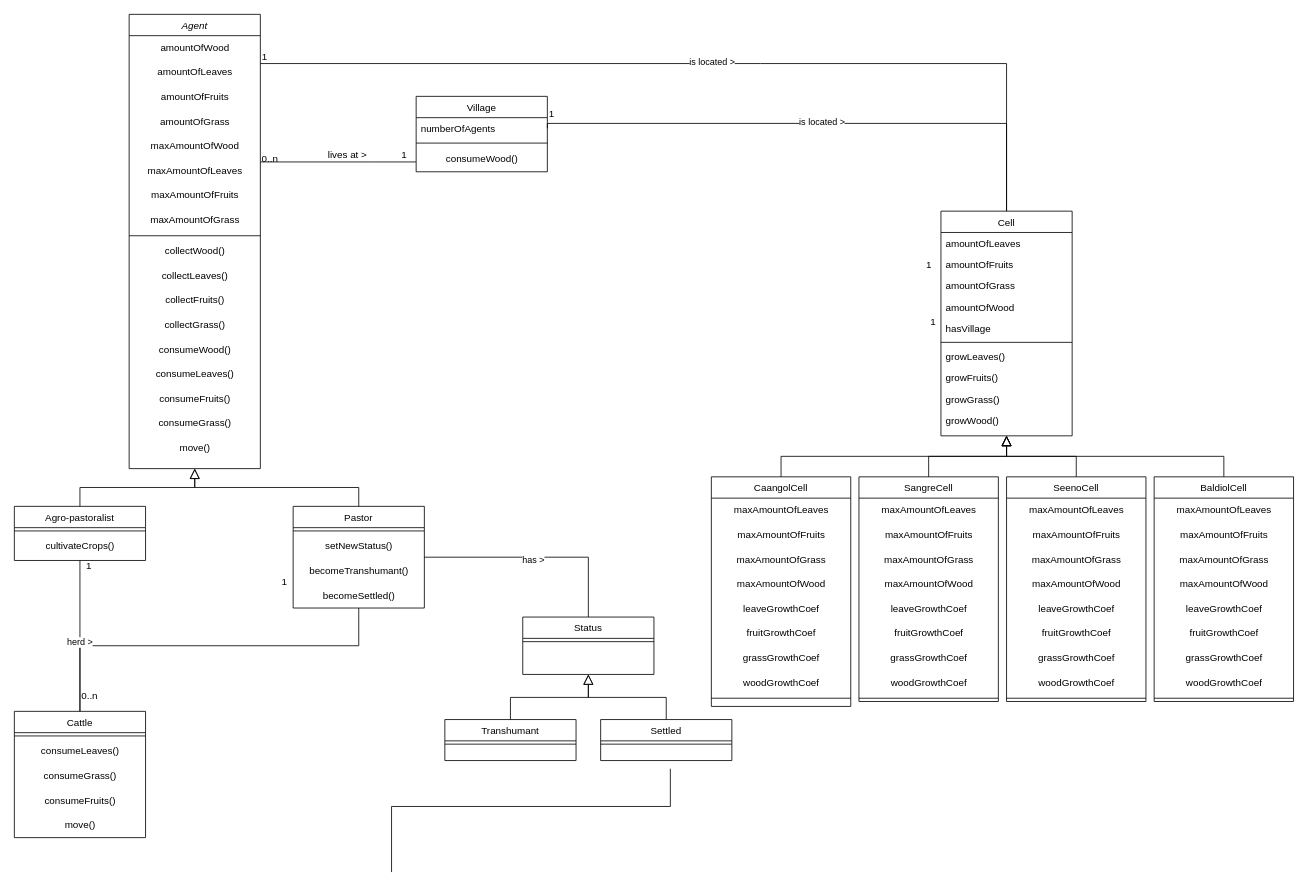
Before: page "Page-1" (1 of 4) of DundiV0.drawio in panchovdl/DundiModel, a draw.io diagram. Source tidied: cells renumbered, new cells numbered last; positions are measured from the earlier drawing's top-left corner, leaving out a move shared by most shapes. Both pictures are drawn from the tidied source at 82%, with x=0, y=0 at pixel (14, 14).
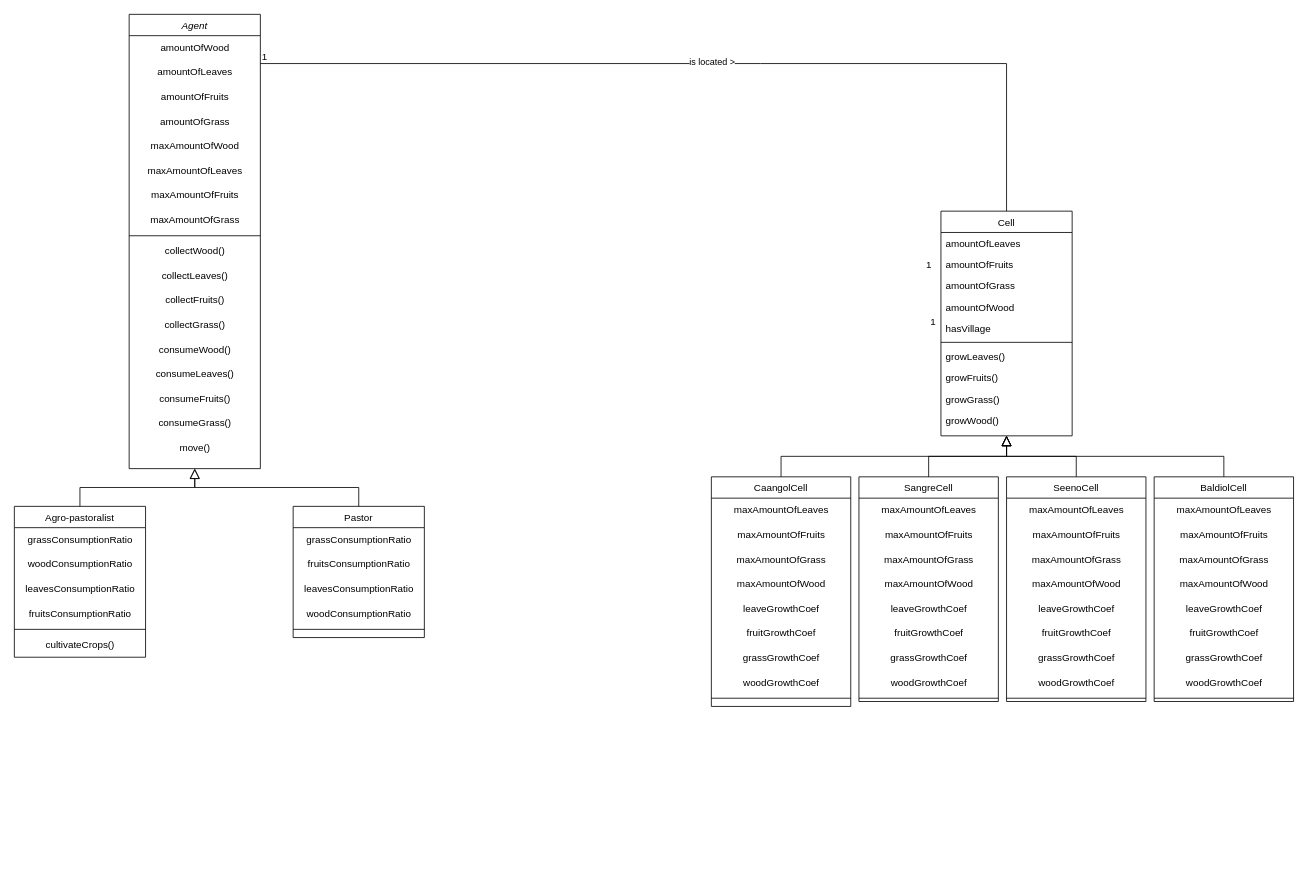
Above is the later version.

The change refers to these unchanged cells:
```xml
<mxCell id="2" value="Agent" style="swimlane;fontStyle=2;align=center;verticalAlign=top;horizontal=1;startSize=26;rounded=0;shadow=0;strokeWidth=1;" parent="1" vertex="1">
  <mxGeometry x="140" width="160" height="554" as="geometry" />
</mxCell>
<mxCell id="43" value="Cell" style="swimlane;fontStyle=0;align=center;verticalAlign=top;horizontal=1;startSize=26;rounded=0;shadow=0;strokeWidth=1;" parent="1" vertex="1">
  <mxGeometry x="1130" y="240" width="160" height="274" as="geometry" />
</mxCell>
```

The edit, as a diff of the source:
```diff
@@
     <mxCell id="21" value="Agro-pastoralist" style="swimlane;fontStyle=0;align=center;verticalAlign=top;horizontal=1;startSize=26;rounded=0;shadow=0;strokeWidth=1;" parent="1" vertex="1">
-      <mxGeometry y="600" width="160" height="66" as="geometry" />
+      <mxGeometry y="600" width="160" height="184" as="geometry" />
     </mxCell>
+    <mxCell id="127" value="&lt;div&gt;grassConsumptionRatio&lt;/div&gt;" style="text;html=1;align=center;verticalAlign=middle;strokeColor=none;fillColor=none;" parent="21" vertex="1">
+      <mxGeometry y="26" width="160" height="30" as="geometry" />
+    </mxCell>
+    <mxCell id="128" value="&lt;div&gt;woodConsumptionRatio&lt;/div&gt;" style="text;html=1;align=center;verticalAlign=middle;strokeColor=none;fillColor=none;" parent="21" vertex="1">
+      <mxGeometry y="56" width="160" height="30" as="geometry" />
+    </mxCell>
+    <mxCell id="129" value="&lt;div&gt;leavesConsumptionRatio&lt;/div&gt;" style="text;html=1;align=center;verticalAlign=middle;strokeColor=none;fillColor=none;" parent="21" vertex="1">
+      <mxGeometry y="86" width="160" height="30" as="geometry" />
+    </mxCell>
+    <mxCell id="130" value="&lt;div&gt;fruitsConsumptionRatio&lt;/div&gt;" style="text;html=1;align=center;verticalAlign=middle;strokeColor=none;fillColor=none;" parent="21" vertex="1">
+      <mxGeometry y="116" width="160" height="30" as="geometry" />
+    </mxCell>
     <mxCell id="22" style="line;html=1;strokeWidth=1;align=left;verticalAlign=middle;spacingTop=-1;spacingLeft=3;spacingRight=3;labelPosition=right;" parent="21" vertex="1">
-      <mxGeometry y="26" width="160" height="8" as="geometry" />
+      <mxGeometry y="146" width="160" height="8" as="geometry" />
     </mxCell>
     <mxCell id="23" value="cultivateCrops()" style="text;html=1;align=center;verticalAlign=middle;strokeColor=none;fillColor=none;" parent="21" vertex="1">
-      <mxGeometry y="34" width="160" height="30" as="geometry" />
+      <mxGeometry y="154" width="160" height="30" as="geometry" />
     </mxCell>
@@
-    <mxCell id="25" style="endArrow=none;html=1;rounded=0;edgeStyle=orthogonalEdgeStyle;" parent="1" edge="1" source="27" target="41">
-      <mxGeometry relative="1" as="geometry" />
-    </mxCell>
-    <mxCell id="26" value="has &amp;gt;" style="edgeLabel;html=1;align=center;verticalAlign=middle;" parent="25" vertex="1">
-      <mxGeometry x="-0.03" y="-2" relative="1" as="geometry" />
-    </mxCell>
     <mxCell id="27" value="Pastor" style="swimlane;fontStyle=0;align=center;verticalAlign=top;horizontal=1;startSize=26;rounded=0;shadow=0;strokeWidth=1;" parent="1" vertex="1">
-      <mxGeometry x="340" y="600" width="160" height="124" as="geometry" />
+      <mxGeometry x="340" y="600" width="160" height="160" as="geometry" />
     </mxCell>
+    <mxCell id="131" value="&lt;div&gt;grassConsumptionRatio&lt;/div&gt;" style="text;html=1;align=center;verticalAlign=middle;strokeColor=none;fillColor=none;" parent="27" vertex="1">
+      <mxGeometry y="26" width="160" height="30" as="geometry" />
+    </mxCell>
+    <mxCell id="132" value="&lt;div&gt;fruitsConsumptionRatio&lt;/div&gt;" style="text;html=1;align=center;verticalAlign=middle;strokeColor=none;fillColor=none;" parent="27" vertex="1">
+      <mxGeometry y="56" width="160" height="30" as="geometry" />
+    </mxCell>
+    <mxCell id="133" value="&lt;div&gt;leavesConsumptionRatio&lt;/div&gt;" style="text;html=1;align=center;verticalAlign=middle;strokeColor=none;fillColor=none;" parent="27" vertex="1">
+      <mxGeometry y="86" width="160" height="30" as="geometry" />
+    </mxCell>
+    <mxCell id="134" value="&lt;div&gt;woodConsumptionRatio&lt;/div&gt;" style="text;html=1;align=center;verticalAlign=middle;strokeColor=none;fillColor=none;" parent="27" vertex="1">
+      <mxGeometry y="116" width="160" height="30" as="geometry" />
+    </mxCell>
     <mxCell id="28" style="line;html=1;strokeWidth=1;align=left;verticalAlign=middle;spacingTop=-1;spacingLeft=3;spacingRight=3;labelPosition=right;" parent="27" vertex="1">
-      <mxGeometry y="26" width="160" height="8" as="geometry" />
+      <mxGeometry y="146" width="160" height="8" as="geometry" />
     </mxCell>
-    <mxCell id="29" value="&lt;div&gt;setNewStatus()&lt;/div&gt;" style="text;html=1;align=center;verticalAlign=middle;strokeColor=none;fillColor=none;" parent="27" vertex="1">
-      <mxGeometry y="34" width="160" height="30" as="geometry" />
-    </mxCell>
-    <mxCell id="30" value="&lt;div&gt;becomeTranshumant()&lt;/div&gt;" style="text;html=1;align=center;verticalAlign=middle;strokeColor=none;fillColor=none;" parent="27" vertex="1">
-      <mxGeometry y="64" width="160" height="30" as="geometry" />
-    </mxCell>
-    <mxCell id="31" value="&lt;div&gt;becomeSettled()&lt;/div&gt;" style="text;html=1;align=center;verticalAlign=middle;strokeColor=none;fillColor=none;" parent="27" vertex="1">
-      <mxGeometry y="94" width="160" height="30" as="geometry" />
-    </mxCell>
@@
-    <mxCell id="33" value="Village" style="swimlane;fontStyle=0;align=center;verticalAlign=top;horizontal=1;startSize=26;rounded=0;shadow=0;strokeWidth=1;" parent="1" vertex="1">
-      <mxGeometry x="490" y="100" width="160" height="92" as="geometry" />
-    </mxCell>
-    <mxCell id="34" value="numberOfAgents" style="text;align=left;verticalAlign=top;spacingLeft=4;spacingRight=4;overflow=hidden;" parent="33" vertex="1">
-      <mxGeometry y="26" width="160" height="26" as="geometry" />
-    </mxCell>
-    <mxCell id="35" style="line;html=1;strokeWidth=1;align=left;verticalAlign=middle;spacingTop=-1;spacingLeft=3;spacingRight=3;labelPosition=right;" parent="33" vertex="1">
-      <mxGeometry y="52" width="160" height="10" as="geometry" />
-    </mxCell>
-    <mxCell id="36" value="&lt;div&gt;consumeWood()&lt;/div&gt;" style="text;html=1;align=center;verticalAlign=middle;strokeColor=none;fillColor=none;" parent="33" vertex="1">
-      <mxGeometry y="62" width="160" height="30" as="geometry" />
-    </mxCell>
-    <mxCell id="37" style="endArrow=none;html=1;rounded=0;edgeStyle=orthogonalEdgeStyle;" parent="1" edge="1" source="2" target="33">
-      <mxGeometry x="0.5" y="41" relative="1" as="geometry">
-        <Array as="points">
-          <mxPoint x="440" y="180" />
-          <mxPoint x="440" y="180" />
-        </Array>
-        <mxPoint x="-40" y="32" as="offset" />
-      </mxGeometry>
-    </mxCell>
-    <mxCell id="38" value="0..n" style="align=left;verticalAlign=bottom;labelBackgroundColor=none;fontSize=12;" parent="37" vertex="1">
-      <mxGeometry x="-1" relative="1" as="geometry">
-        <mxPoint y="4" as="offset" />
-      </mxGeometry>
-    </mxCell>
-    <mxCell id="39" value="1" style="align=right;verticalAlign=bottom;labelBackgroundColor=none;fontSize=12;" parent="37" vertex="1">
-      <mxGeometry x="1" relative="1" as="geometry">
-        <mxPoint x="170" y="-50" as="offset" />
-      </mxGeometry>
-    </mxCell>
-    <mxCell id="40" value="lives at &amp;gt;" style="text;html=1;align=center;verticalAlign=middle;labelBackgroundColor=none;rounded=0;shadow=0;strokeWidth=1;fontSize=12;" parent="37" vertex="1">
-      <mxGeometry x="0.5" y="49" relative="1" as="geometry">
-        <mxPoint x="-38" y="40" as="offset" />
-      </mxGeometry>
-    </mxCell>
-    <mxCell id="41" value="Status" style="swimlane;fontStyle=0;align=center;verticalAlign=top;horizontal=1;startSize=26;rounded=0;shadow=0;strokeWidth=1;" parent="1" vertex="1">
-      <mxGeometry x="620" y="735" width="160" height="70" as="geometry" />
-    </mxCell>
-    <mxCell id="42" style="line;html=1;strokeWidth=1;align=left;verticalAlign=middle;spacingTop=-1;spacingLeft=3;spacingRight=3;labelPosition=right;" parent="41" vertex="1">
-      <mxGeometry y="26" width="160" height="8" as="geometry" />
-    </mxCell>
@@
-    <mxCell id="54" value="Cattle" style="swimlane;fontStyle=0;align=center;verticalAlign=top;horizontal=1;startSize=26;rounded=0;shadow=0;strokeWidth=1;" parent="1" vertex="1">
-      <mxGeometry y="850" width="160" height="154" as="geometry" />
-    </mxCell>
-    <mxCell id="55" style="line;html=1;strokeWidth=1;align=left;verticalAlign=middle;spacingTop=-1;spacingLeft=3;spacingRight=3;labelPosition=right;" parent="54" vertex="1">
-      <mxGeometry y="26" width="160" height="8" as="geometry" />
-    </mxCell>
-    <mxCell id="56" value="&lt;div&gt;consumeLeaves()&lt;/div&gt;" style="text;html=1;align=center;verticalAlign=middle;strokeColor=none;fillColor=none;" parent="54" vertex="1">
-      <mxGeometry y="34" width="160" height="30" as="geometry" />
-    </mxCell>
-    <mxCell id="57" value="&lt;div&gt;consumeGrass()&lt;/div&gt;" style="text;html=1;align=center;verticalAlign=middle;strokeColor=none;fillColor=none;" parent="54" vertex="1">
-      <mxGeometry y="64" width="160" height="30" as="geometry" />
-    </mxCell>
-    <mxCell id="58" value="&lt;div&gt;consumeFruits()&lt;/div&gt;" style="text;html=1;align=center;verticalAlign=middle;strokeColor=none;fillColor=none;" parent="54" vertex="1">
-      <mxGeometry y="94" width="160" height="30" as="geometry" />
-    </mxCell>
-    <mxCell id="59" value="&lt;div&gt;move()&lt;/div&gt;" style="text;html=1;align=center;verticalAlign=middle;strokeColor=none;fillColor=none;" parent="54" vertex="1">
-      <mxGeometry y="124" width="160" height="30" as="geometry" />
-    </mxCell>
-    <mxCell id="60" style="endArrow=none;html=1;rounded=0;edgeStyle=orthogonalEdgeStyle;" parent="1" edge="1" target="43">
-      <mxGeometry relative="1" as="geometry">
-        <mxPoint x="650" y="139" as="sourcePoint" />
-        <Array as="points">
-          <mxPoint x="650" y="133" />
-        </Array>
-      </mxGeometry>
-    </mxCell>
-    <mxCell id="61" value="is located &amp;gt;" style="edgeLabel;html=1;align=center;verticalAlign=middle;" parent="60" vertex="1">
-      <mxGeometry x="0.01" y="3" relative="1" as="geometry" />
-    </mxCell>
-    <mxCell id="62" value="1" style="align=right;verticalAlign=bottom;labelBackgroundColor=none;fontSize=12;" parent="1" vertex="1">
-      <mxGeometry x="480" y="180" as="geometry" />
-    </mxCell>
-    <mxCell id="63" style="endArrow=none;html=1;rounded=0;edgeStyle=orthogonalEdgeStyle;" parent="1" edge="1" source="27" target="54">
-      <mxGeometry x="0.5" y="41" relative="1" as="geometry">
-        <Array as="points">
-          <mxPoint x="420" y="770" />
-          <mxPoint x="80" y="770" />
-        </Array>
-        <mxPoint x="-40" y="32" as="offset" />
-      </mxGeometry>
-    </mxCell>
-    <mxCell id="64" style="align=left;verticalAlign=bottom;labelBackgroundColor=none;fontSize=12;" parent="63" vertex="1">
-      <mxGeometry x="-1" relative="1" as="geometry">
-        <mxPoint y="4" as="offset" />
-      </mxGeometry>
-    </mxCell>
-    <mxCell id="65" style="endArrow=none;html=1;rounded=0;edgeStyle=orthogonalEdgeStyle;" parent="1" edge="1" source="21" target="54">
-      <mxGeometry x="0.5" y="41" relative="1" as="geometry">
-        <mxPoint x="-40" y="32" as="offset" />
-      </mxGeometry>
-    </mxCell>
-    <mxCell id="66" value="0..n" style="align=left;verticalAlign=bottom;labelBackgroundColor=none;fontSize=12;" parent="65" vertex="1">
-      <mxGeometry x="-1" relative="1" as="geometry">
-        <mxPoint y="174" as="offset" />
-      </mxGeometry>
-    </mxCell>
-    <mxCell id="67" value="1" style="align=right;verticalAlign=bottom;labelBackgroundColor=none;fontSize=12;" parent="65" vertex="1">
-      <mxGeometry x="1" relative="1" as="geometry">
-        <mxPoint x="254" y="-150" as="offset" />
-      </mxGeometry>
-    </mxCell>
-    <mxCell id="68" value="herd &amp;gt;" style="edgeLabel;html=1;align=center;verticalAlign=middle;" parent="65" vertex="1">
-      <mxGeometry x="0.08" y="-1" relative="1" as="geometry" />
-    </mxCell>
-    <mxCell id="69" value="1" style="align=left;verticalAlign=bottom;labelBackgroundColor=none;fontSize=12;direction=north;" parent="1" vertex="1">
-      <mxGeometry x="90" y="680" as="geometry">
-        <mxPoint x="-4" y="1" as="offset" />
-      </mxGeometry>
-    </mxCell>
@@
-    <mxCell id="117" value="Transhumant" style="swimlane;fontStyle=0;align=center;verticalAlign=top;horizontal=1;startSize=26;rounded=0;shadow=0;strokeWidth=1;" parent="1" vertex="1">
-      <mxGeometry x="525" y="860" width="160" height="50" as="geometry" />
-    </mxCell>
-    <mxCell id="118" style="line;html=1;strokeWidth=1;align=left;verticalAlign=middle;spacingTop=-1;spacingLeft=3;spacingRight=3;labelPosition=right;" parent="117" vertex="1">
-      <mxGeometry y="26" width="160" height="8" as="geometry" />
-    </mxCell>
-    <mxCell id="119" value="Settled" style="swimlane;fontStyle=0;align=center;verticalAlign=top;horizontal=1;startSize=26;rounded=0;shadow=0;strokeWidth=1;" parent="1" vertex="1">
-      <mxGeometry x="715" y="860" width="160" height="50" as="geometry" />
-    </mxCell>
-    <mxCell id="120" style="line;html=1;strokeWidth=1;align=left;verticalAlign=middle;spacingTop=-1;spacingLeft=3;spacingRight=3;labelPosition=right;" parent="119" vertex="1">
-      <mxGeometry y="26" width="160" height="8" as="geometry" />
-    </mxCell>
-    <mxCell id="121" style="endArrow=block;endSize=10;endFill=0;shadow=0;strokeWidth=1;rounded=0;edgeStyle=elbowEdgeStyle;elbow=vertical;" parent="1" edge="1" source="117" target="41">
-      <mxGeometry relative="1" as="geometry" />
-    </mxCell>
-    <mxCell id="122" style="endArrow=block;endSize=10;endFill=0;shadow=0;strokeWidth=1;rounded=0;edgeStyle=elbowEdgeStyle;elbow=vertical;" parent="1" edge="1" source="119" target="41">
-      <mxGeometry relative="1" as="geometry" />
-    </mxCell>
@@
-    <mxCell id="125" style="endArrow=none;html=1;rounded=0;edgeStyle=orthogonalEdgeStyle;" parent="1" edge="1">
-      <mxGeometry x="0.5" y="41" relative="1" as="geometry">
-        <mxPoint x="800" y="920" as="sourcePoint" />
-        <mxPoint x="460" y="1046" as="targetPoint" />
-        <Array as="points">
-          <mxPoint x="800" y="966" />
-          <mxPoint x="460" y="966" />
-        </Array>
-        <mxPoint x="-40" y="32" as="offset" />
-      </mxGeometry>
-    </mxCell>
-    <mxCell id="126" style="align=left;verticalAlign=bottom;labelBackgroundColor=none;fontSize=12;" parent="125" vertex="1">
-      <mxGeometry x="-1" relative="1" as="geometry">
-        <mxPoint y="4" as="offset" />
-      </mxGeometry>
-    </mxCell>
```
